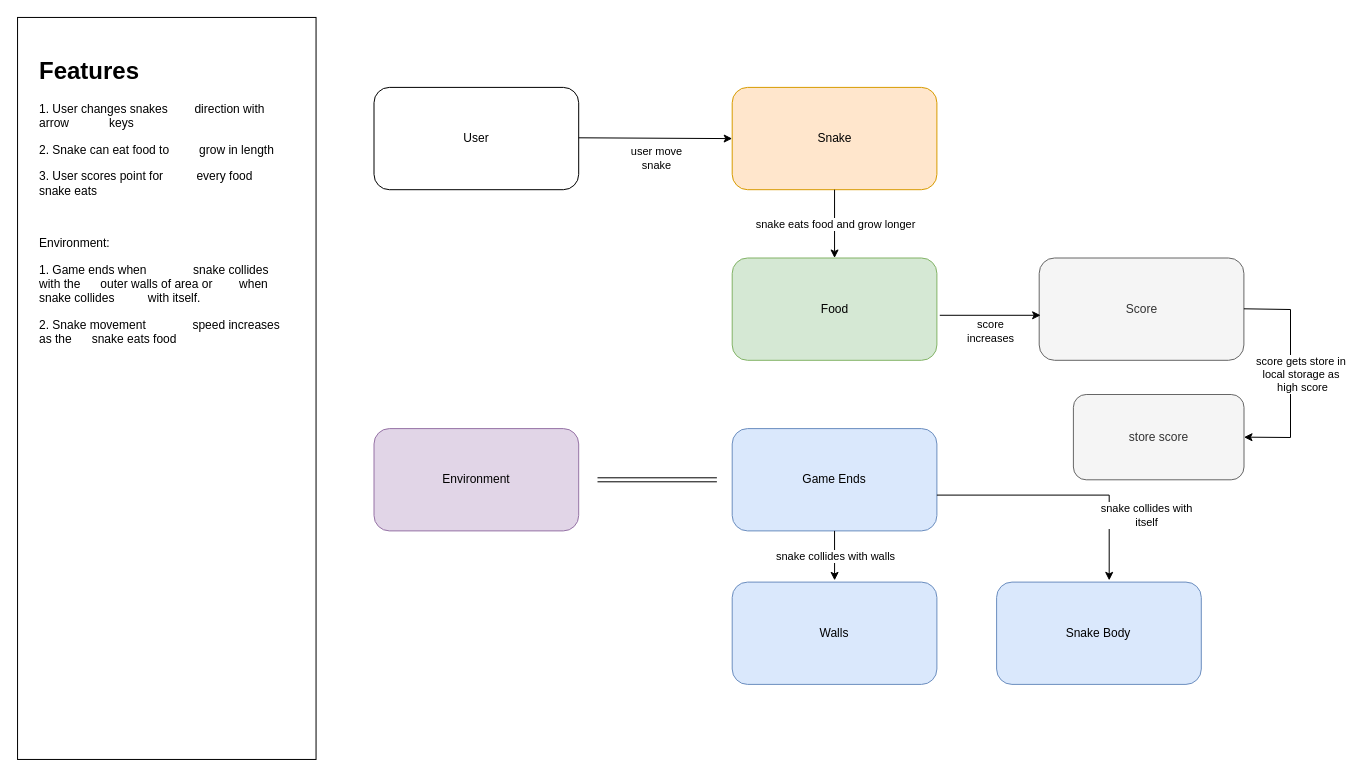
This is Untitled Diagram.drawio from ClintinH/Portfolio_Projects, a draw.io file, before an edit. Source tidied: cells renumbered, new cells numbered last; positions are measured from the earlier drawing's top-left corner, leaving out a move shared by most shapes. Both pictures are drawn from the tidied source at 100%, with x=0, y=0 at pixel (-205, 17).
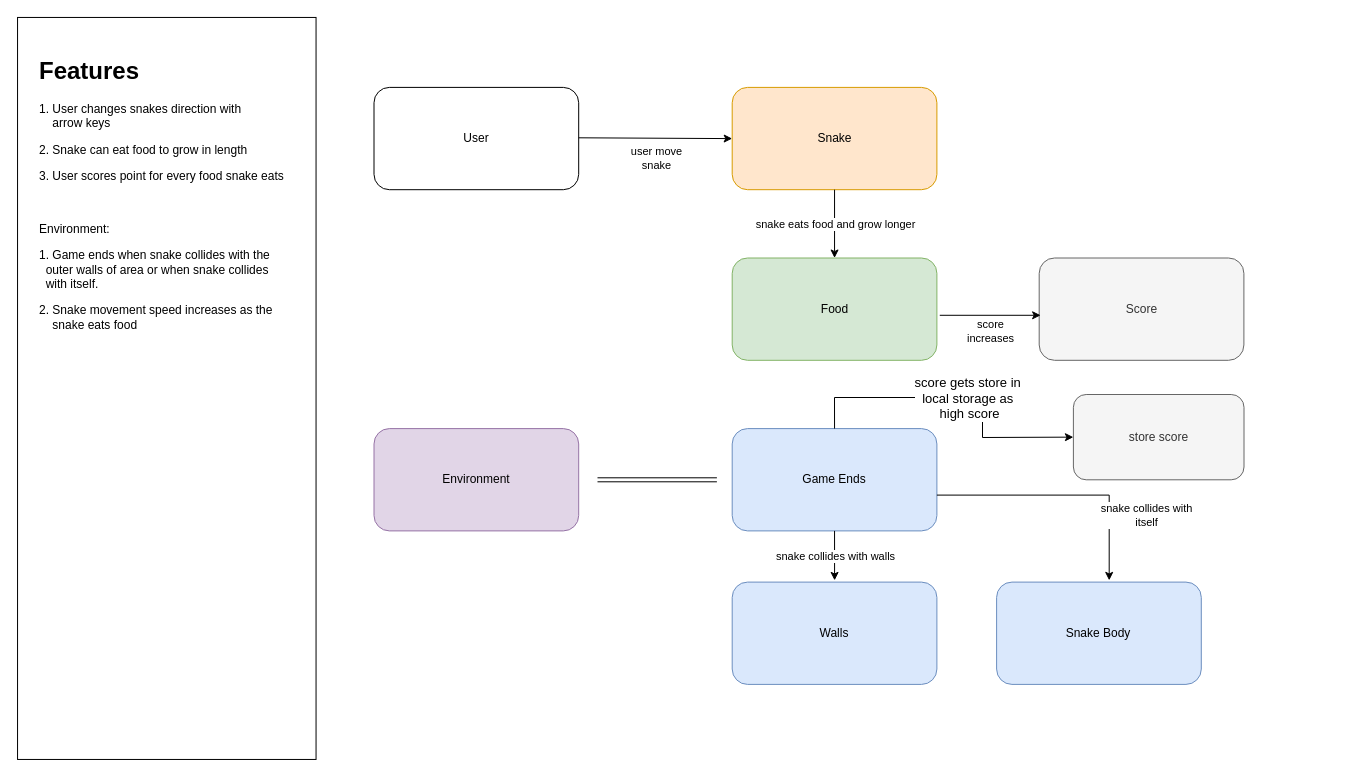
The same diagram, later.

Commit message:
Update Snake Game Diagram

The change refers to these unchanged cells:
```xml
<mxCell id="2" style="group;" parent="1" vertex="1">
  <mxGeometry x="222" width="1273" height="742" as="geometry" />
</mxCell>
<mxCell id="13" style="rounded=1;whiteSpace=wrap;html=1;fillColor=#dae8fc;strokeColor=#6c8ebf;" parent="2" vertex="1">
  <mxGeometry x="714.7" y="411.1" width="204.7" height="102.3" as="geometry" />
</mxCell>
<mxCell id="19" value="store score" style="rounded=1;whiteSpace=wrap;html=1;fillColor=#f5f5f5;strokeColor=#666666;fontColor=#333333;" parent="2" vertex="1">
  <mxGeometry x="1055.9" y="377" width="170.6" height="85.3" as="geometry" />
</mxCell>
```

Change to the diagram source:
```diff
@@
-    <mxCell id="6" value="&lt;h1&gt;Features&lt;/h1&gt;&lt;p&gt;1. User changes snakes&amp;nbsp; &amp;nbsp; &amp;nbsp; &amp;nbsp; direction with arrow&amp;nbsp; &amp;nbsp; &amp;nbsp; &amp;nbsp; &amp;nbsp; &amp;nbsp; keys&lt;/p&gt;&lt;p&gt;2. Snake can eat food to&amp;nbsp; &amp;nbsp; &amp;nbsp; &amp;nbsp; &amp;nbsp;grow in length&lt;/p&gt;&lt;p&gt;3. User scores point for&amp;nbsp; &amp;nbsp; &amp;nbsp; &amp;nbsp; &amp;nbsp; every food snake eats&lt;/p&gt;&lt;p&gt;&lt;br&gt;&lt;/p&gt;&lt;p&gt;Environment:&lt;/p&gt;&lt;p&gt;1. Game ends when&amp;nbsp; &amp;nbsp; &amp;nbsp; &amp;nbsp; &amp;nbsp; &amp;nbsp; &amp;nbsp; snake collides with the&amp;nbsp; &amp;nbsp; &amp;nbsp; outer walls of area or&amp;nbsp; &amp;nbsp; &amp;nbsp; &amp;nbsp; when snake collides&amp;nbsp; &amp;nbsp; &amp;nbsp; &amp;nbsp; &amp;nbsp; with itself.&lt;/p&gt;&lt;p&gt;2. Snake movement&amp;nbsp; &amp;nbsp; &amp;nbsp; &amp;nbsp; &amp;nbsp; &amp;nbsp; &amp;nbsp; speed increases as the&amp;nbsp; &amp;nbsp; &amp;nbsp; snake eats food&lt;/p&gt;" style="text;html=1;strokeColor=none;fillColor=none;spacing=5;spacingTop=-20;whiteSpace=wrap;overflow=hidden;rounded=0;" parent="2" vertex="1">
+    <mxCell id="6" value="&lt;h1&gt;Features&lt;/h1&gt;&lt;p&gt;1. User changes snakes direction with&amp;nbsp; &amp;nbsp; &amp;nbsp; &amp;nbsp; &amp;nbsp; &amp;nbsp; &amp;nbsp; &amp;nbsp; &amp;nbsp; arrow keys&lt;/p&gt;&lt;p&gt;2. Snake can eat food to grow in length&lt;/p&gt;&lt;p&gt;3. User scores point for every food snake eats&lt;/p&gt;&lt;p&gt;&lt;br&gt;&lt;/p&gt;&lt;p&gt;Environment:&lt;/p&gt;&lt;p&gt;1. Game ends when snake collides with the&amp;nbsp; &amp;nbsp; &amp;nbsp; &amp;nbsp; outer walls of area or when snake collides&amp;nbsp; &amp;nbsp; &amp;nbsp; &amp;nbsp; with itself.&lt;/p&gt;&lt;p&gt;2. Snake movement speed increases as the&amp;nbsp; &amp;nbsp; &amp;nbsp; &amp;nbsp; snake eats food&lt;/p&gt;" style="text;html=1;strokeColor=none;fillColor=none;spacing=5;spacingTop=-20;whiteSpace=wrap;overflow=hidden;rounded=0;" parent="2" vertex="1">
       <mxGeometry x="17.1" y="34.1" width="255.9" height="682.3" as="geometry" />
     </mxCell>
@@
-    <mxCell id="26" style="endArrow=classic;html=1;rounded=0;entryX=1;entryY=0.5;entryDx=0;entryDy=0;" parent="2" edge="1" target="19">
+    <mxCell id="26" style="endArrow=classic;html=1;rounded=0;entryX=0;entryY=0.5;entryDx=0;entryDy=0;exitX=0.5;exitY=0;exitDx=0;exitDy=0;" parent="2" edge="1" source="13" target="19">
       <mxGeometry relative="1" as="geometry">
-        <mxPoint x="1226.4" y="291.3" as="sourcePoint" />
         <Array as="points">
-          <mxPoint x="1273" y="292" />
-          <mxPoint x="1273" y="420" />
+          <mxPoint x="817" y="380" />
+          <mxPoint x="965" y="380" />
+          <mxPoint x="965" y="420" />
         </Array>
       </mxGeometry>
     </mxCell>
-    <mxCell id="27" value="score gets store in&amp;nbsp;&lt;br&gt;local storage as&amp;nbsp;&lt;br&gt;high score" style="edgeLabel;html=1;align=center;verticalAlign=middle;" parent="26" vertex="1">
+    <mxCell id="27" value="&lt;font style=&quot;font-size: 13px;&quot;&gt;score gets store in&amp;nbsp;&lt;br&gt;local storage as&amp;nbsp;&lt;br&gt;high score&lt;/font&gt;" style="edgeLabel;html=1;align=center;verticalAlign=middle;" parent="26" vertex="1">
       <mxGeometry relative="1" as="geometry">
         <mxPoint x="11" as="offset" />
       </mxGeometry>
     </mxCell>
```
